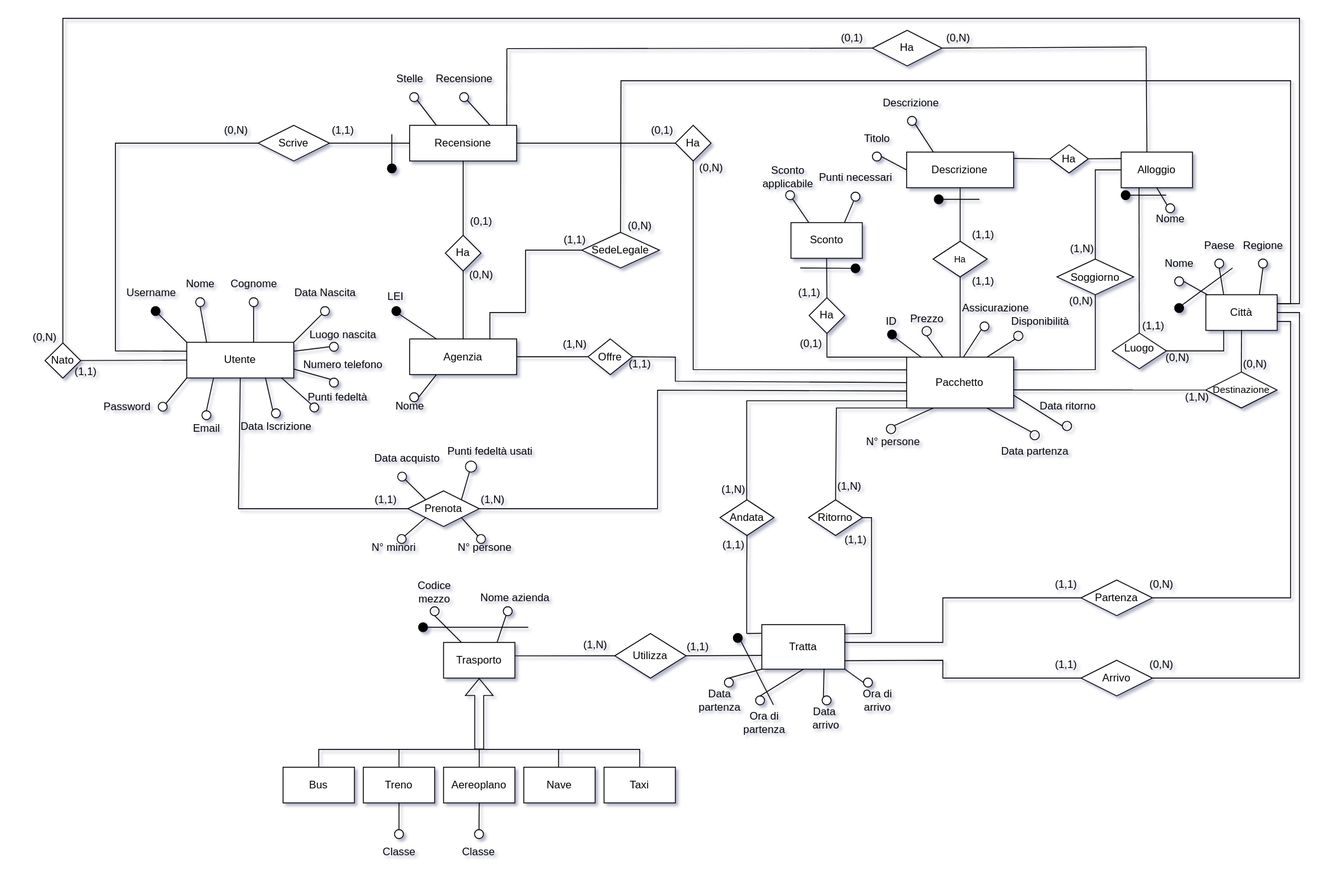
This is relazione/assets/ER_concettuale.svg from bustre/Easy-travel, a draw.io export, as it was before one commit. Source tidied: cells renumbered, new cells last; positions are measured from the earlier drawing's top-left corner, leaving out a move shared by most shapes.
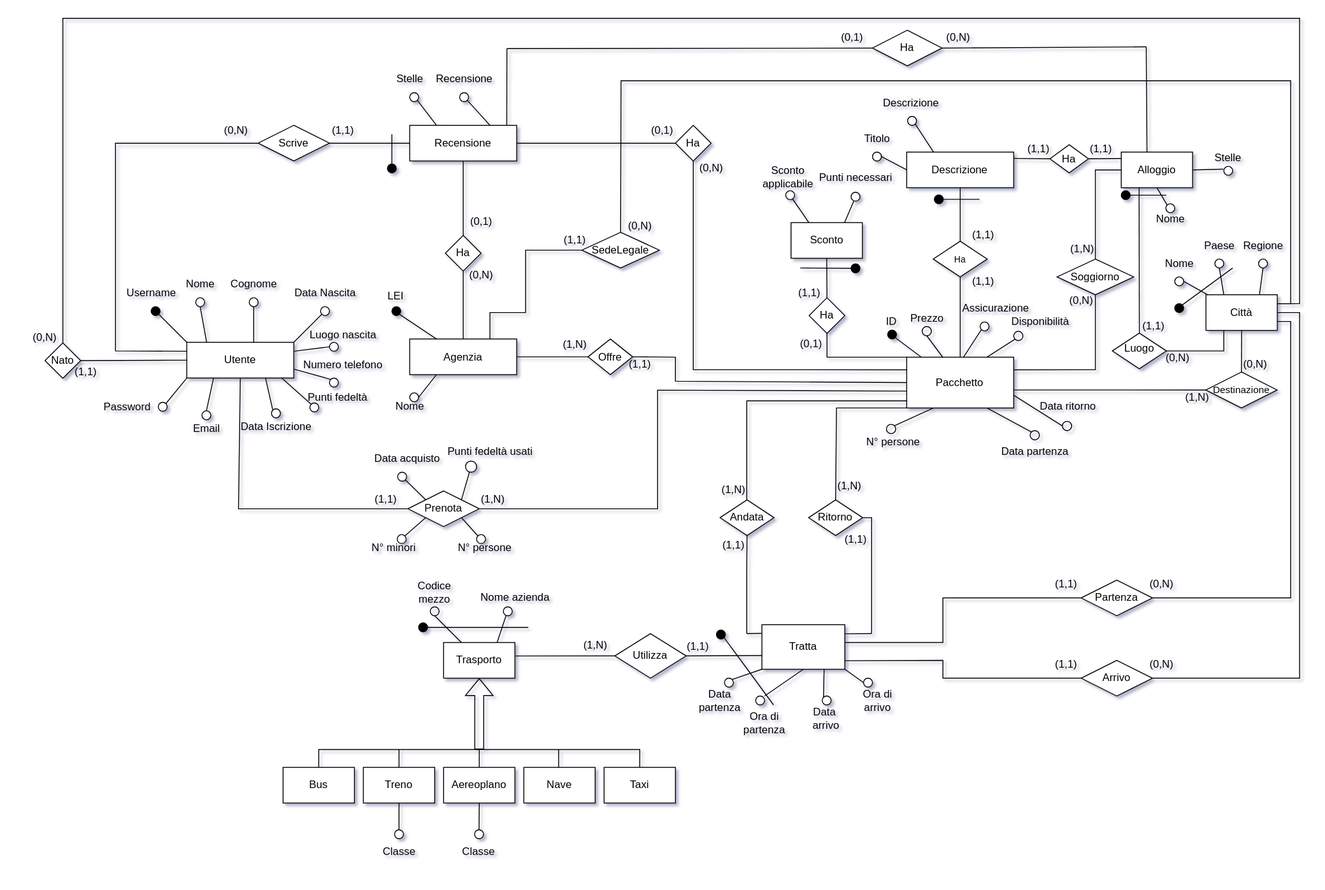
After the change.

Commit message:
Convertito ER in immagini SVG

What changed in the source:
```diff
@@ -831,14 +831,16 @@
     <mxCell id="233" style="ellipse;whiteSpace=wrap;html=1;" parent="1" vertex="1">
       <mxGeometry x="792" y="740" width="10" height="10" as="geometry" />
     </mxCell>
-    <mxCell id="234" style="endArrow=none;html=1;rounded=0;entryX=0;entryY=1;entryDx=0;entryDy=0;exitX=0.5;exitY=0;exitDx=0;exitDy=0;" parent="1" edge="1" source="233" target="222">
+    <mxCell id="234" style="endArrow=none;html=1;rounded=0;entryX=0;entryY=1;entryDx=0;entryDy=0;exitX=1;exitY=0;exitDx=0;exitDy=0;" parent="1" edge="1" source="233" target="222">
       <mxGeometry relative="1" as="geometry" />
     </mxCell>
     <mxCell id="235" style="ellipse;whiteSpace=wrap;html=1;" parent="1" vertex="1">
       <mxGeometry x="827" y="760" width="10" height="10" as="geometry" />
     </mxCell>
-    <mxCell id="236" style="endArrow=none;html=1;rounded=0;entryX=0.5;entryY=1;entryDx=0;entryDy=0;exitX=0.5;exitY=0;exitDx=0;exitDy=0;" parent="1" edge="1" source="235" target="222">
-      <mxGeometry relative="1" as="geometry" />
+    <mxCell id="236" style="endArrow=none;html=1;rounded=0;entryX=0.5;entryY=1;entryDx=0;entryDy=0;" parent="1" edge="1" target="222">
+      <mxGeometry relative="1" as="geometry">
+        <mxPoint x="837" y="760" as="sourcePoint" />
+      </mxGeometry>
     </mxCell>
     <mxCell id="237" value="Data&lt;br&gt;&amp;nbsp;arrivo" style="text;html=1;align=center;verticalAlign=middle;strokeColor=none;fillColor=none;" parent="1" vertex="1">
       <mxGeometry x="874" y="765" width="60" height="40" as="geometry" />
@@ -856,11 +858,14 @@
       <mxGeometry relative="1" as="geometry" />
     </mxCell>
     <mxCell id="242" style="ellipse;whiteSpace=wrap;html=1;fillColor=#000000;" parent="1" vertex="1">
-      <mxGeometry x="802" y="690" width="10" height="10" as="geometry" />
+      <mxGeometry x="783" y="686" width="10" height="10" as="geometry" />
     </mxCell>
     <mxCell id="243" style="endArrow=none;html=1;rounded=0;entryX=1;entryY=1;entryDx=0;entryDy=0;" parent="1" edge="1" target="242">
       <mxGeometry relative="1" as="geometry">
         <mxPoint x="847" y="770" as="sourcePoint" />
+        <Array as="points">
+          <mxPoint x="814" y="725" />
+        </Array>
       </mxGeometry>
     </mxCell>
     <mxCell id="244" value="Ha" style="rhombus;whiteSpace=wrap;html=1;" parent="1" vertex="1">
@@ -921,5 +926,22 @@
     <mxCell id="257" value="Punti necessari" style="text;html=1;align=center;verticalAlign=middle;strokeColor=none;fillColor=none;" parent="1" vertex="1">
       <mxGeometry x="889" y="166" width="100" height="26" as="geometry" />
     </mxCell>
+    <mxCell id="258" value="(1,1)" style="text;html=1;align=center;verticalAlign=middle;strokeColor=none;fillColor=none;" parent="1" vertex="1">
+      <mxGeometry x="1192" y="134" width="43" height="26" as="geometry" />
+    </mxCell>
+    <mxCell id="259" value="(1,1)" style="text;html=1;align=center;verticalAlign=middle;strokeColor=none;fillColor=none;" parent="1" vertex="1">
+      <mxGeometry x="1122" y="134" width="43" height="26" as="geometry" />
+    </mxCell>
+    <mxCell id="260" style="ellipse;whiteSpace=wrap;html=1;" parent="1" vertex="1">
+      <mxGeometry x="1352" y="166" width="10" height="10" as="geometry" />
+    </mxCell>
+    <mxCell id="261" style="endArrow=none;html=1;rounded=0;exitX=-0.048;exitY=0.317;exitDx=0;exitDy=0;exitPerimeter=0;" parent="1" edge="1" source="260">
+      <mxGeometry relative="1" as="geometry">
+        <mxPoint x="1317" y="170" as="targetPoint" />
+      </mxGeometry>
+    </mxCell>
+    <mxCell id="262" value="Stelle" style="text;html=1;strokeColor=none;fillColor=none;align=center;verticalAlign=middle;whiteSpace=wrap;rounded=0;" parent="1" vertex="1">
+      <mxGeometry x="1327" y="141.8" width="60" height="30" as="geometry" />
+    </mxCell>
   </root>
 </mxGraphModel>
```
